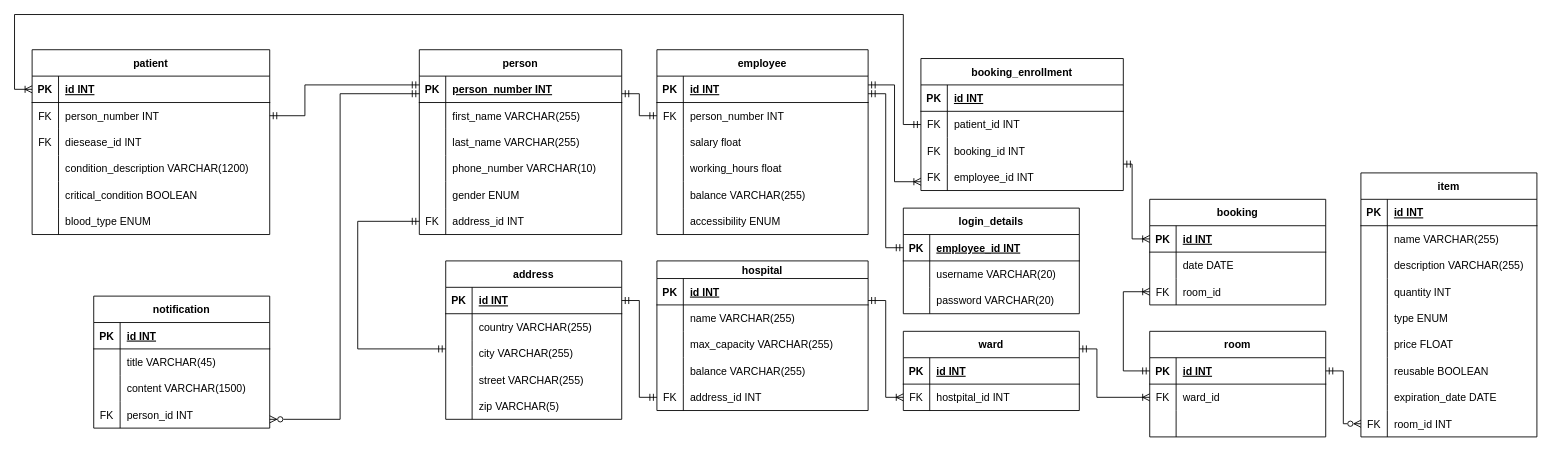
This is Diagrams/logical_model.drawio from mazrli/Grupp, a draw.io file, before an edit. Source tidied: cells renumbered, new cells numbered last; positions are measured from the earlier drawing's top-left corner, leaving out a move shared by most shapes. Both pictures are drawn from the tidied source at 88%, with x=0, y=0 at pixel (14, 14).
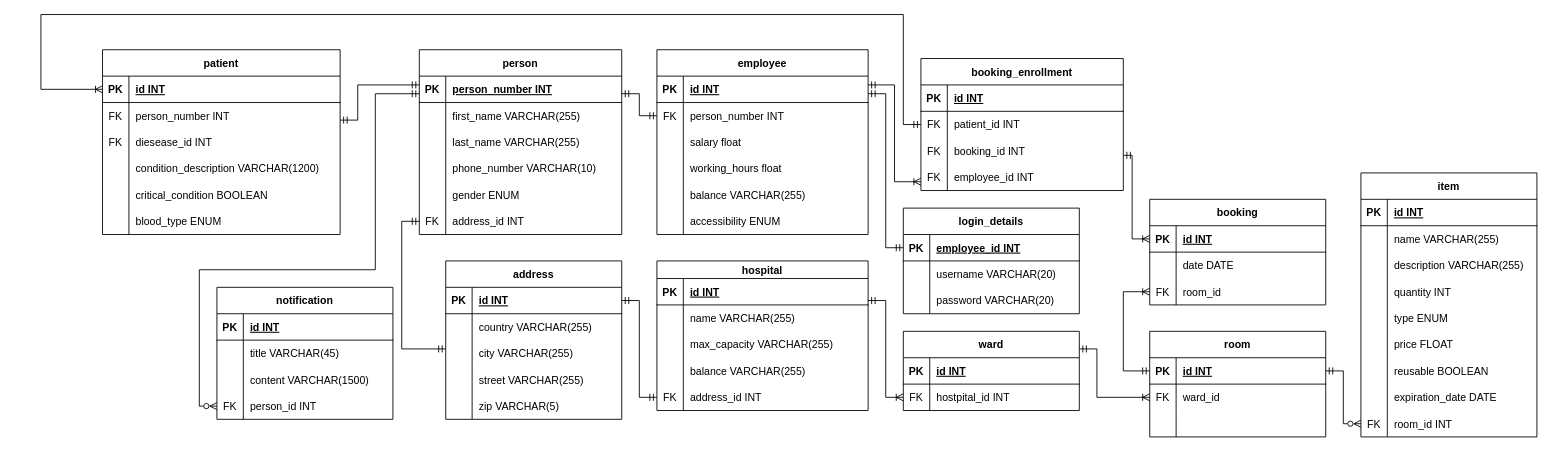
The same diagram, later.

Unchanged cells that the change refers to:
```xml
<mxCell id="25" value="address" style="shape=table;startSize=30;childLayout=tableLayout;rowLines=0;fontStyle=1;align=center;" parent="1" vertex="1">
  <mxGeometry x="490" y="280" width="200" height="180" as="geometry" />
</mxCell>
<mxCell id="61" value="person" style="shape=table;startSize=30;childLayout=tableLayout;rowLines=0;fontStyle=1;align=center;" parent="1" vertex="1">
  <mxGeometry x="460" y="40" width="230" height="210" as="geometry" />
</mxCell>
<mxCell id="62" style="shape=partialRectangle;fillColor=none;top=0;left=0;bottom=1;right=0;points=[[0,0.5],[1,0.5]];portConstraint=eastwest;" parent="61" vertex="1">
  <mxGeometry y="30" width="230" height="30" as="geometry" />
</mxCell>
<mxCell id="77" style="shape=partialRectangle;fillColor=none;top=0;left=0;bottom=0;right=0;points=[[0,0.5],[1,0.5]];portConstraint=eastwest;" parent="61" vertex="1">
  <mxGeometry y="180" width="230" height="30" as="geometry" />
</mxCell>
<mxCell id="94" style="shape=partialRectangle;fillColor=none;top=0;left=0;bottom=1;right=0;points=[[0,0.5],[1,0.5]];portConstraint=eastwest;" parent="93" vertex="1">
  <mxGeometry y="30" width="270" height="30" as="geometry" />
</mxCell>
<mxCell id="97" style="shape=partialRectangle;fillColor=none;top=0;left=0;bottom=0;right=0;points=[[0,0.5],[1,0.5]];portConstraint=eastwest;" parent="93" vertex="1">
  <mxGeometry y="60" width="270" height="30" as="geometry" />
</mxCell>
<mxCell id="155" style="shape=partialRectangle;fillColor=none;top=0;left=0;bottom=1;right=0;points=[[0,0.5],[1,0.5]];portConstraint=eastwest;" parent="154" vertex="1">
  <mxGeometry y="30" width="200" height="30" as="geometry" />
</mxCell>
<mxCell id="164" value="booking_enrollment" style="shape=table;startSize=30;childLayout=tableLayout;rowLines=0;fontStyle=1;align=center;" parent="1" vertex="1">
  <mxGeometry x="1030" y="50" width="230" height="150" as="geometry" />
</mxCell>
<mxCell id="168" style="shape=partialRectangle;fillColor=none;top=0;left=0;bottom=0;right=0;points=[[0,0.5],[1,0.5]];portConstraint=eastwest;" parent="164" vertex="1">
  <mxGeometry y="60" width="230" height="30" as="geometry" />
</mxCell>
<mxCell id="171" style="shape=partialRectangle;fillColor=none;top=0;left=0;bottom=0;right=0;points=[[0,0.5],[1,0.5]];portConstraint=eastwest;" parent="164" vertex="1">
  <mxGeometry y="90" width="230" height="30" as="geometry" />
</mxCell>
<mxCell id="192" style="shape=partialRectangle;fillColor=none;top=0;left=0;bottom=0;right=0;points=[[0,0.5],[1,0.5]];portConstraint=eastwest;" parent="182" vertex="1">
  <mxGeometry y="120" width="200" height="30" as="geometry" />
</mxCell>
```

What changed in the source:
```diff
@@
     <mxCell id="80" style="edgeStyle=orthogonalEdgeStyle;rounded=0;jettySize=auto;html=1;startArrow=ERmandOne;startFill=0;endArrow=ERmandOne;endFill=0;" parent="1" edge="1" source="77" target="25">
       <mxGeometry relative="1" as="geometry">
         <Array as="points">
-          <mxPoint x="390" y="235" />
-          <mxPoint x="390" y="380" />
+          <mxPoint x="440" y="235" />
+          <mxPoint x="440" y="380" />
         </Array>
       </mxGeometry>
     </mxCell>
@@
     <mxCell id="93" value="patient" style="shape=table;startSize=30;childLayout=tableLayout;rowLines=0;fontStyle=1;align=center;" parent="1" vertex="1">
-      <mxGeometry x="20" y="40" width="270" height="210" as="geometry" />
+      <mxGeometry x="100" y="40" width="270" height="210" as="geometry" />
     </mxCell>
@@
     <mxCell id="112" style="edgeStyle=orthogonalEdgeStyle;rounded=0;jettySize=auto;html=1;startArrow=ERmandOne;startFill=0;endArrow=ERmandOne;endFill=0;" parent="1" edge="1" source="97" target="61">
       <mxGeometry relative="1" as="geometry">
         <Array as="points">
-          <mxPoint x="330" y="115" />
-          <mxPoint x="330" y="80" />
+          <mxPoint x="390" y="120" />
+          <mxPoint x="390" y="80" />
         </Array>
       </mxGeometry>
     </mxCell>
@@
-    <mxCell id="177" style="edgeStyle=orthogonalEdgeStyle;rounded=0;jettySize=auto;html=1;startArrow=ERmandOne;startFill=0;endArrow=ERoneToMany;endFill=0;" parent="1" edge="1" source="164" target="155">
+    <mxCell id="177" style="edgeStyle=orthogonalEdgeStyle;rounded=0;jettySize=auto;html=1;startArrow=ERmandOne;startFill=0;endArrow=ERoneToMany;endFill=0;" parent="1" edge="1" source="171" target="155">
       <mxGeometry relative="1" as="geometry">
         <Array as="points">
-          <mxPoint x="1270" y="170" />
+          <mxPoint x="1270" y="160" />
           <mxPoint x="1270" y="255" />
         </Array>
       </mxGeometry>
     </mxCell>
@@
     <mxCell id="180" style="edgeStyle=orthogonalEdgeStyle;rounded=0;jettySize=auto;html=1;exitX=0;exitY=0.5;exitDx=0;exitDy=0;entryX=0;entryY=0.5;entryDx=0;entryDy=0;startArrow=ERmandOne;startFill=0;endArrow=ERoneToMany;endFill=0;" parent="1" edge="1" source="168" target="94">
       <mxGeometry relative="1" as="geometry">
         <Array as="points">
           <mxPoint x="1010" y="125" />
           <mxPoint x="1010" />
-          <mxPoint />
-          <mxPoint y="85" />
+          <mxPoint x="30" />
+          <mxPoint x="30" y="85" />
         </Array>
       </mxGeometry>
     </mxCell>
-    <mxCell id="181" style="edgeStyle=orthogonalEdgeStyle;rounded=0;jettySize=auto;html=1;startArrow=ERzeroToMany;startFill=0;endArrow=ERmandOne;endFill=0;" parent="1" edge="1" source="182" target="62">
+    <mxCell id="181" style="edgeStyle=orthogonalEdgeStyle;rounded=0;jettySize=auto;html=1;startArrow=ERzeroToMany;startFill=0;endArrow=ERmandOne;endFill=0;" parent="1" edge="1" source="192" target="62">
       <mxGeometry relative="1" as="geometry">
         <Array as="points">
-          <mxPoint x="370" y="460" />
-          <mxPoint x="370" y="90" />
+          <mxPoint x="210" y="445" />
+          <mxPoint x="210" y="290" />
+          <mxPoint x="410" y="290" />
+          <mxPoint x="410" y="90" />
         </Array>
       </mxGeometry>
     </mxCell>
     <mxCell id="182" value="notification" style="shape=table;startSize=30;childLayout=tableLayout;rowLines=0;fontStyle=1;align=center;" parent="1" vertex="1">
-      <mxGeometry x="90" y="320" width="200" height="150" as="geometry" />
+      <mxGeometry x="230" y="310" width="200" height="150" as="geometry" />
     </mxCell>
```
